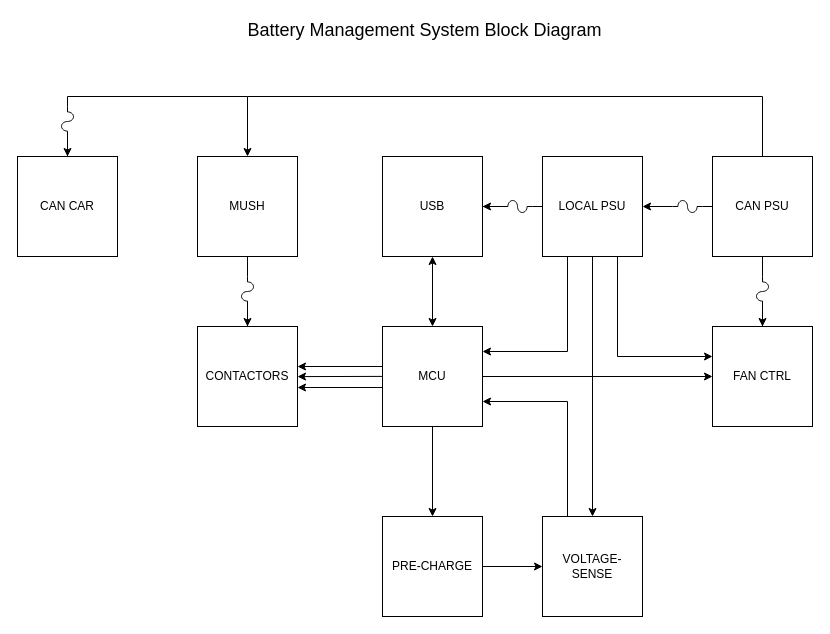
Earlier version of the draw.io diagram Master_Board/E10.1/V3/Documentation/bms master block diagram.drawio (EclipseETS/E10-BMS-HW). Source tidied: cells renumbered, new cells numbered last; positions are measured from the earlier drawing's top-left corner, leaving out a move shared by most shapes. Both pictures are drawn from the tidied source at 100%, with x=0, y=0 at pixel (17, 17).
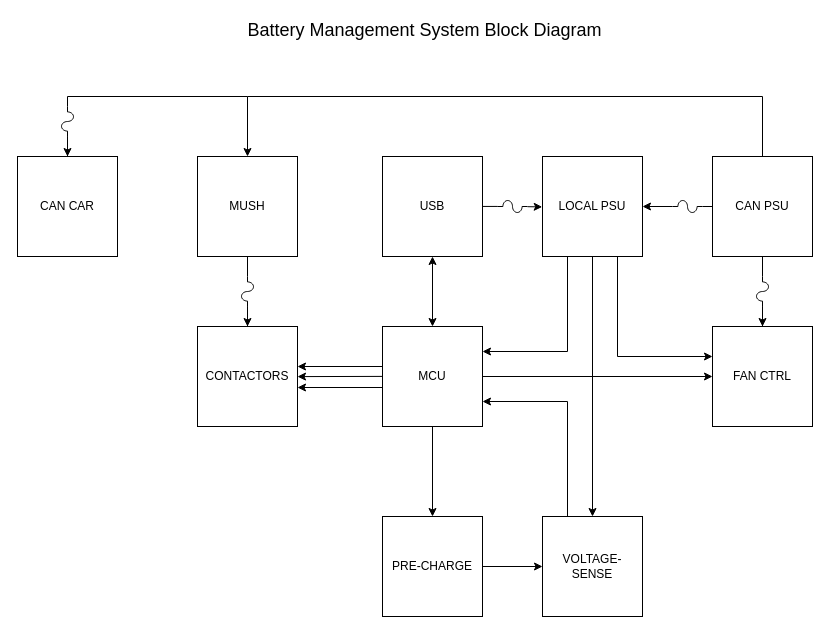
Above is the later version.

Commit message (it also covers changes not shown here):
Update based on peer review. Missing text added, block diagram fixed.

Unchanged cells that the change refers to:
```xml
<mxCell id="10" value="&lt;div&gt;LOCAL PSU&lt;/div&gt;" style="whiteSpace=wrap;html=1;shadow=0;" parent="1" vertex="1">
  <mxGeometry x="525" y="139" width="100" height="100" as="geometry" />
</mxCell>
<mxCell id="29" value="USB" style="whiteSpace=wrap;html=1;shadow=0;" parent="1" vertex="1">
  <mxGeometry x="365" y="139" width="100" height="100" as="geometry" />
</mxCell>
```

Diff of the diagram source:
```diff
@@
-    <mxCell id="36" style="group;shadow=0;" parent="1" vertex="1">
-      <mxGeometry x="485" y="183" width="30" height="12" as="geometry" />
-    </mxCell>
-    <mxCell id="37" style="verticalLabelPosition=bottom;shadow=0;dashed=0;align=center;html=1;verticalAlign=top;shape=mxgraph.electrical.miscellaneous.fuse_4;direction=west;" parent="36" vertex="1">
-      <mxGeometry width="30" height="12" as="geometry" />
-    </mxCell>
-    <mxCell id="38" style="endArrow=none;html=1;shadow=0;exitX=0;exitY=0.5;exitDx=0;exitDy=0;exitPerimeter=0;entryX=0;entryY=0.5;entryDx=0;entryDy=0;" parent="36" edge="1" source="37" target="10">
-      <mxGeometry relative="1" as="geometry" />
-    </mxCell>
-    <mxCell id="39" style="edgeStyle=orthogonalEdgeStyle;rounded=0;jettySize=auto;html=1;shadow=0;" parent="1" edge="1" source="37" target="29">
-      <mxGeometry relative="1" as="geometry" />
-    </mxCell>
@@
+    <mxCell id="41" style="verticalLabelPosition=bottom;shadow=0;dashed=0;align=center;html=1;verticalAlign=top;shape=mxgraph.electrical.miscellaneous.fuse_4;direction=west;" parent="1" vertex="1">
+      <mxGeometry x="480" y="183" width="30" height="12" as="geometry" />
+    </mxCell>
+    <mxCell id="42" style="endArrow=none;html=1;exitX=0.994;exitY=0.506;exitDx=0;exitDy=0;exitPerimeter=0;" parent="1" edge="1" source="41" target="29">
+      <mxGeometry relative="1" as="geometry" />
+    </mxCell>
+    <mxCell id="43" style="endArrow=classic;html=1;entryX=-0.003;entryY=0.504;entryDx=0;entryDy=0;entryPerimeter=0;" parent="1" edge="1" source="41" target="10">
+      <mxGeometry relative="1" as="geometry" />
+    </mxCell>
```
